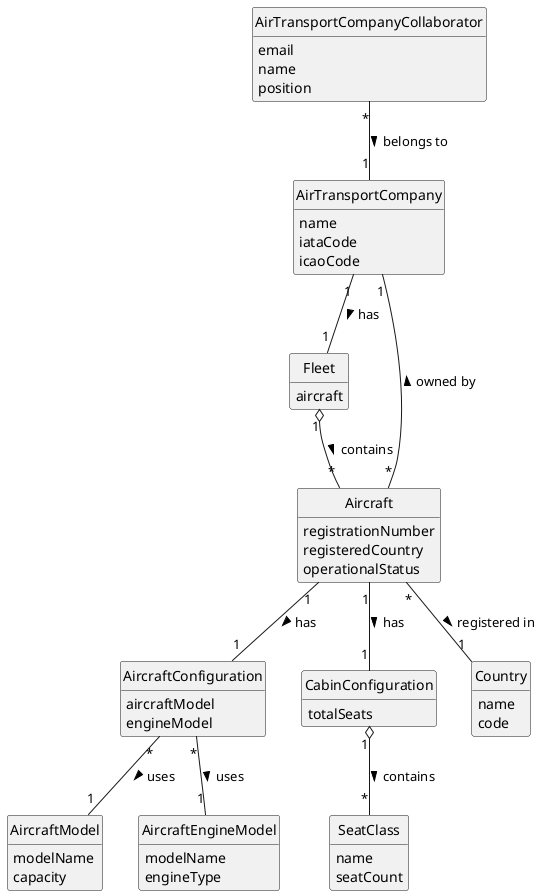
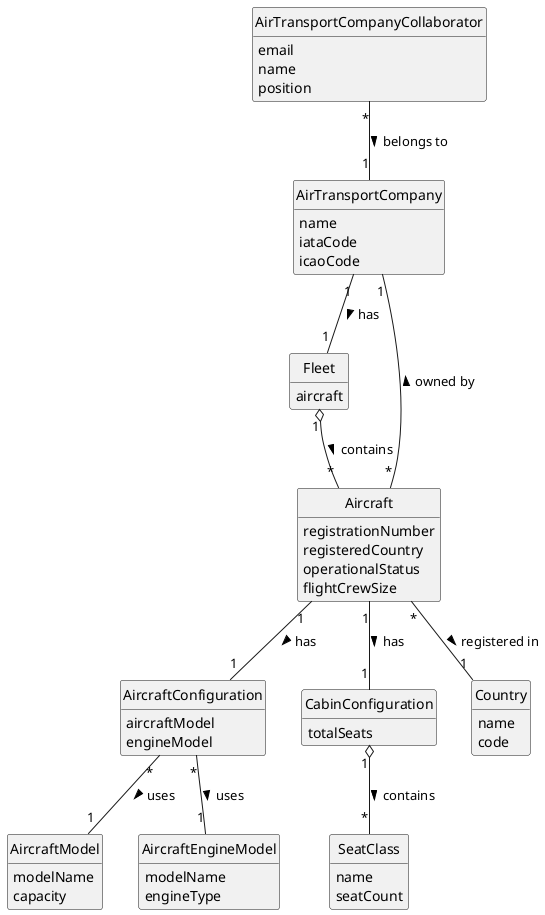
@startuml

hide class
hide circle
hide methods
hide empty members
skinparam monochrome true
skinparam packageStyle rectangle
skinparam shadowing false
skinparam classAttributeIconSize 0

class AirTransportCompanyCollaborator {
    email
    name
    position
}

class AirTransportCompany {
    name
    iataCode
    icaoCode
}

class Fleet {
    aircraft
}

class Aircraft {
    registrationNumber
    registeredCountry
    operationalStatus
+     flightCrewSize
}

class AircraftModel {
    modelName
    capacity
}

class AircraftEngineModel {
    modelName
    engineType
}

class AircraftConfiguration {
    aircraftModel
    engineModel
}

class CabinConfiguration {
    totalSeats
}

class SeatClass {
    name
    seatCount
}

class Country {
    name
    code
}

AirTransportCompanyCollaborator "*" -- "1" AirTransportCompany : belongs to >
AirTransportCompany "1" -- "1" Fleet : has >
Fleet "1" o-- "*" Aircraft : contains >
Aircraft "*" -- "1" AirTransportCompany : owned by >
Aircraft "1" -- "1" AircraftConfiguration : has >
AircraftConfiguration "*" -- "1" AircraftModel : uses >
AircraftConfiguration "*" -- "1" AircraftEngineModel : uses >
Aircraft "1" -- "1" CabinConfiguration : has >
CabinConfiguration "1" o-- "*" SeatClass : contains >
Aircraft "*" -- "1" Country : registered in >

@enduml